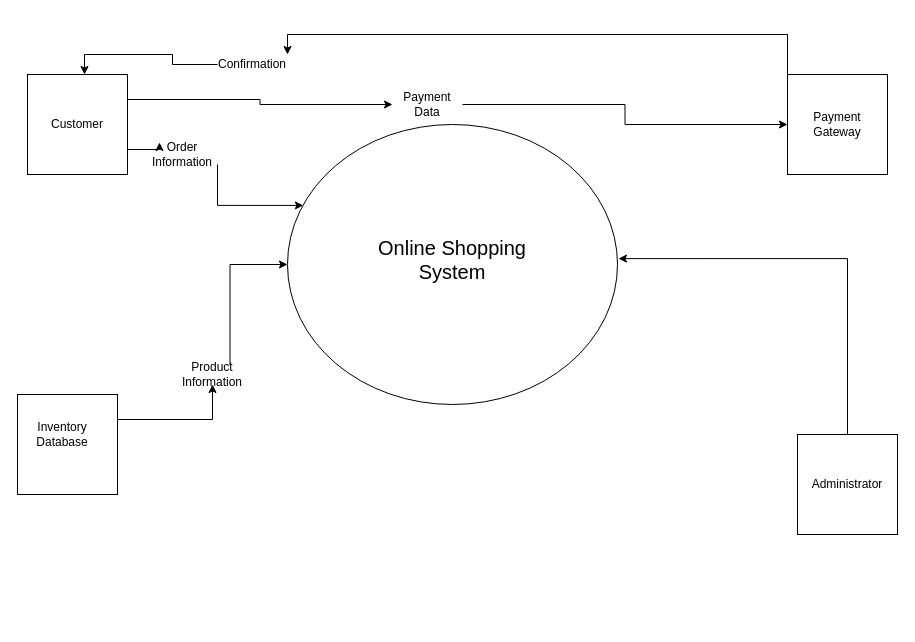
Before: level 0 DFD.drawio in Chukwuebuka-2003/SE-DFD, a draw.io diagram. Source tidied: cells renumbered, new cells numbered last; positions are measured from the earlier drawing's top-left corner, leaving out a move shared by most shapes. Both pictures are drawn from the tidied source at 100%, with x=0, y=0 at pixel (17, 54).
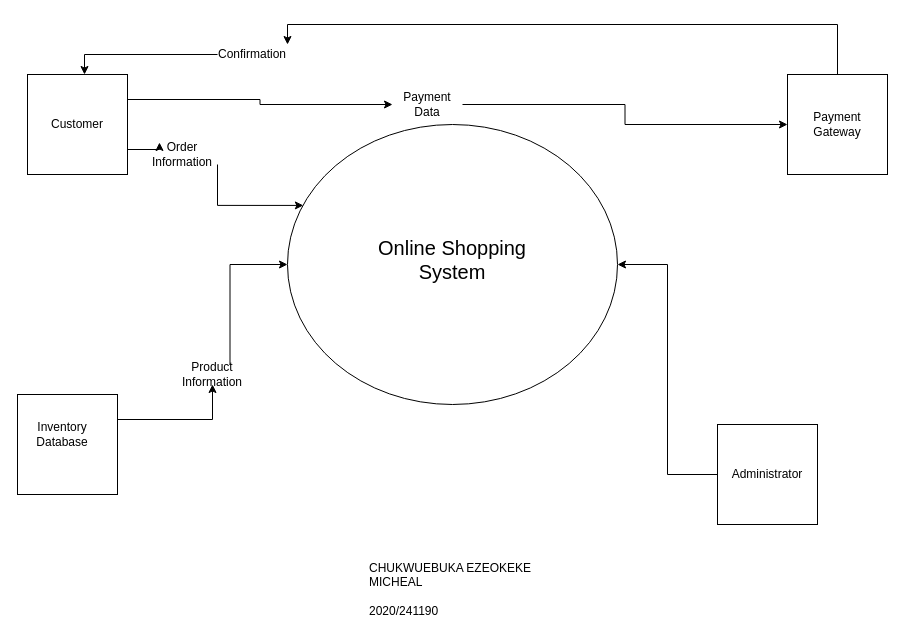
Above is the later version.

Unchanged cells that the change refers to:
```xml
<mxCell id="6" style="html=1;dashed=0;whiteSpace=wrap;" parent="1" vertex="1">
  <mxGeometry x="770" y="20" width="100" height="100" as="geometry" />
</mxCell>
<mxCell id="9" style="shape=ellipse;html=1;dashed=0;whiteSpace=wrap;perimeter=ellipsePerimeter;" parent="1" vertex="1">
  <mxGeometry x="270" y="70" width="330" height="280" as="geometry" />
</mxCell>
```

The edit, as a diff of the source:
```diff
@@
+    <mxCell id="24" style="edgeStyle=orthogonalEdgeStyle;rounded=0;jettySize=auto;html=1;exitX=0;exitY=0.5;exitDx=0;exitDy=0;entryX=1;entryY=0.5;entryDx=0;entryDy=0;" parent="1" edge="1" source="4" target="9">
+      <mxGeometry relative="1" as="geometry" />
+    </mxCell>
-    <mxCell id="4" style="html=1;dashed=0;whiteSpace=wrap;" parent="1" vertex="1">
-      <mxGeometry x="780" y="380" width="100" height="100" as="geometry" />
+    <mxCell id="4" value="Administrator" style="html=1;dashed=0;whiteSpace=wrap;" parent="1" vertex="1">
+      <mxGeometry x="700" y="370" width="100" height="100" as="geometry" />
     </mxCell>
-    <mxCell id="5" style="edgeStyle=orthogonalEdgeStyle;rounded=0;jettySize=auto;html=1;exitX=0;exitY=0;exitDx=0;exitDy=0;entryX=1;entryY=0;entryDx=0;entryDy=0;" parent="1" edge="1" source="6" target="20">
+    <mxCell id="5" style="edgeStyle=orthogonalEdgeStyle;rounded=0;jettySize=auto;html=1;exitX=0.5;exitY=0;exitDx=0;exitDy=0;entryX=1;entryY=0;entryDx=0;entryDy=0;" parent="1" edge="1" source="6" target="20">
       <mxGeometry relative="1" as="geometry" />
     </mxCell>
@@
-    <mxCell id="14" value="Administrator" style="text;strokeColor=none;align=center;fillColor=none;html=1;verticalAlign=middle;whiteSpace=wrap;rounded=0;" parent="1" vertex="1">
-      <mxGeometry x="795" y="420" width="70" height="20" as="geometry" />
-    </mxCell>
@@
     <mxCell id="20" value="Confirmation" style="text;strokeColor=none;align=center;fillColor=none;html=1;verticalAlign=middle;whiteSpace=wrap;rounded=0;" parent="1" vertex="1">
-      <mxGeometry x="200" width="70" height="20" as="geometry" />
+      <mxGeometry x="200" y="-10" width="70" height="20" as="geometry" />
     </mxCell>
@@
-    <mxCell id="24" style="edgeStyle=orthogonalEdgeStyle;rounded=0;jettySize=auto;html=1;exitX=0.5;exitY=0;exitDx=0;exitDy=0;entryX=1.003;entryY=0.479;entryDx=0;entryDy=0;entryPerimeter=0;" parent="1" edge="1" source="4" target="9">
-      <mxGeometry relative="1" as="geometry" />
-    </mxCell>
+    <mxCell id="25" value="CHUKWUEBUKA EZEOKEKE MICHEAL &#10;&#10;2020/241190" style="text;whiteSpace=wrap;" parent="1" vertex="1">
+      <mxGeometry x="350" y="500" width="170" height="70" as="geometry" />
+    </mxCell>
```
